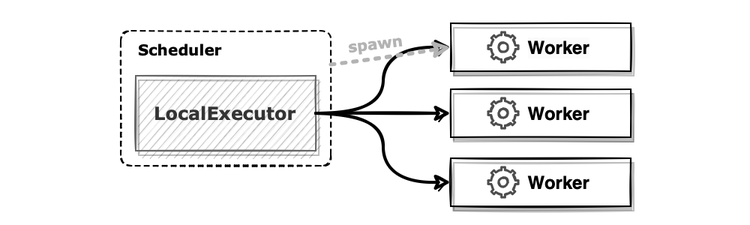
This is img/posts/airflow-archi-local-executor.png from miintto/miintto.github.io, a draw.io export, as it was before one commit. Source tidied: cells renumbered, new cells last; positions are measured from the earlier drawing's top-left corner, leaving out a move shared by most shapes.
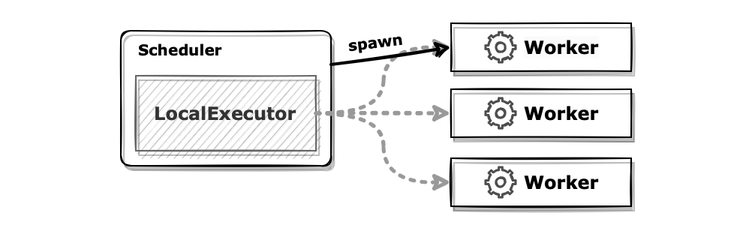
After the commit.

Commit message:
feat: Airflow 스케줄러 설명 추가

Diff of the diagram source:
```diff
@@ -5,44 +5,44 @@
     <mxCell id="2" style="rounded=0;whiteSpace=wrap;html=1;sketch=0;fontFamily=Verdana;fontSize=12;strokeColor=none;" parent="1" vertex="1">
       <mxGeometry width="500" height="150" as="geometry" />
     </mxCell>
-    <mxCell id="3" value="Scheduler" style="rounded=1;whiteSpace=wrap;html=1;shadow=0;sketch=1;jiggle=0.5;curveFitting=0.5;strokeColor=default;fontFamily=Verdana;fontSize=10;fontColor=default;fillColor=default;fontStyle=1;dashed=1;verticalAlign=top;align=left;spacingLeft=10;arcSize=8;" parent="1" vertex="1">
+    <mxCell id="3" value="Scheduler" style="rounded=1;whiteSpace=wrap;html=1;shadow=1;sketch=1;jiggle=0.5;curveFitting=0.5;strokeColor=default;fontFamily=Verdana;fontSize=10;fontColor=default;fillColor=default;fontStyle=1;verticalAlign=top;align=left;spacingLeft=10;arcSize=8;" parent="1" vertex="1">
       <mxGeometry x="80" y="20" width="140" height="90" as="geometry" />
     </mxCell>
-    <mxCell id="4" value="LocalExecutor" style="rounded=0;whiteSpace=wrap;html=1;shadow=1;sketch=1;jiggle=0.5;curveFitting=0.5;strokeColor=#666666;fontFamily=Verdana;fontSize=12;fontColor=#333333;fillColor=#f5f5f5;fontStyle=1;" parent="1" vertex="1">
+    <mxCell id="4" value="LocalExecutor" style="rounded=0;whiteSpace=wrap;html=1;shadow=1;sketch=1;jiggle=0.5;curveFitting=0.5;strokeColor=#666666;fontFamily=Verdana;fontSize=12;fillColor=#f5f5f5;fontStyle=1;fontColor=#333333;" parent="1" vertex="1">
       <mxGeometry x="90" y="50" width="120" height="50" as="geometry" />
     </mxCell>
-    <mxCell id="5" value="&lt;span style=&quot;caret-color: rgb(0, 0, 0); color: rgb(0, 0, 0); font-family: Helvetica; font-size: 12px; font-style: normal; font-variant-caps: normal; font-weight: 700; letter-spacing: normal; text-align: center; text-indent: 0px; text-transform: none; word-spacing: 0px; -webkit-text-stroke-width: 0px; background-color: rgb(251, 251, 251); text-decoration: none; float: none; display: inline !important;&quot;&gt;Worker&lt;/span&gt;" style="rounded=0;whiteSpace=wrap;html=1;shadow=1;sketch=1;jiggle=0.5;curveFitting=0.5;strokeColor=default;fontFamily=Helvetica;fontSize=12;fontColor=default;fillColor=default;fontStyle=1;spacingLeft=25;" parent="1" vertex="1">
+    <mxCell id="5" value="&lt;span style=&quot;caret-color: rgb(0, 0, 0); color: rgb(0, 0, 0); font-size: 12px; font-style: normal; font-variant-caps: normal; font-weight: 700; letter-spacing: normal; text-align: center; text-indent: 0px; text-transform: none; word-spacing: 0px; -webkit-text-stroke-width: 0px; background-color: rgb(251, 251, 251); text-decoration: none; float: none; display: inline !important;&quot;&gt;Worker&lt;/span&gt;" style="rounded=0;whiteSpace=wrap;html=1;shadow=1;sketch=1;jiggle=0.5;curveFitting=0.5;strokeColor=default;fontFamily=Verdana;fontSize=12;fontColor=default;fillColor=default;fontStyle=1;spacingLeft=28;" parent="1" vertex="1">
       <mxGeometry x="300" y="15" width="120" height="32" as="geometry" />
     </mxCell>
-    <mxCell id="6" value="Worker" style="rounded=0;whiteSpace=wrap;html=1;shadow=1;sketch=1;jiggle=0.5;curveFitting=0.5;strokeColor=default;fontFamily=Helvetica;fontSize=12;fontColor=default;fillColor=default;fontStyle=1;spacingLeft=25;" parent="1" vertex="1">
+    <mxCell id="6" value="Worker" style="rounded=0;whiteSpace=wrap;html=1;shadow=1;sketch=1;jiggle=0.5;curveFitting=0.5;strokeColor=default;fontFamily=Verdana;fontSize=12;fontColor=default;fillColor=default;fontStyle=1;spacingLeft=28;" parent="1" vertex="1">
       <mxGeometry x="300" y="59" width="120" height="32" as="geometry" />
     </mxCell>
-    <mxCell id="7" value="Worker" style="rounded=0;whiteSpace=wrap;html=1;shadow=1;sketch=1;jiggle=0.5;curveFitting=0.5;strokeColor=default;fontFamily=Helvetica;fontSize=12;fontColor=default;fillColor=default;fontStyle=1;spacingLeft=25;" parent="1" vertex="1">
+    <mxCell id="7" value="Worker" style="rounded=0;whiteSpace=wrap;html=1;shadow=1;sketch=1;jiggle=0.5;curveFitting=0.5;strokeColor=default;fontFamily=Verdana;fontSize=12;fontColor=default;fillColor=default;fontStyle=1;spacingLeft=28;" parent="1" vertex="1">
       <mxGeometry x="300" y="105" width="120" height="32" as="geometry" />
     </mxCell>
-    <mxCell id="8" style="edgeStyle=orthogonalEdgeStyle;shape=connector;rounded=0;sketch=1;jiggle=0.5;curveFitting=1;jettySize=auto;html=1;exitX=1;exitY=0.5;exitDx=0;exitDy=0;labelBackgroundColor=default;strokeColor=default;strokeWidth=2;fontFamily=Helvetica;fontSize=12;fontColor=default;endArrow=classic;entryX=0;entryY=0.5;entryDx=0;entryDy=0;curved=1;" parent="1" edge="1" source="4" target="7">
+    <mxCell id="8" style="edgeStyle=orthogonalEdgeStyle;shape=connector;rounded=0;sketch=1;jiggle=0.5;curveFitting=1;jettySize=auto;html=1;exitX=1;exitY=0.5;exitDx=0;exitDy=0;labelBackgroundColor=default;strokeColor=#999999;strokeWidth=2.5;fontFamily=Helvetica;fontSize=12;fontColor=default;endArrow=classic;entryX=0;entryY=0.5;entryDx=0;entryDy=0;curved=1;dashed=1;dashPattern=1 2;" parent="1" edge="1" source="4" target="7">
       <mxGeometry relative="1" as="geometry" />
     </mxCell>
-    <mxCell id="9" style="edgeStyle=orthogonalEdgeStyle;shape=connector;rounded=0;sketch=1;jiggle=0.5;curveFitting=1;jettySize=auto;html=1;exitX=1;exitY=0.5;exitDx=0;exitDy=0;labelBackgroundColor=default;strokeColor=default;strokeWidth=2;fontFamily=Helvetica;fontSize=12;fontColor=default;endArrow=classic;entryX=0;entryY=0.5;entryDx=0;entryDy=0;" parent="1" edge="1" source="4" target="6">
+    <mxCell id="9" style="edgeStyle=orthogonalEdgeStyle;shape=connector;rounded=0;sketch=1;jiggle=0.5;curveFitting=1;jettySize=auto;html=1;exitX=1;exitY=0.5;exitDx=0;exitDy=0;labelBackgroundColor=default;strokeColor=#999999;strokeWidth=2.5;fontFamily=Helvetica;fontSize=12;fontColor=default;endArrow=classic;entryX=0;entryY=0.5;entryDx=0;entryDy=0;dashed=1;dashPattern=1 2;" parent="1" edge="1" source="4" target="6">
       <mxGeometry relative="1" as="geometry" />
     </mxCell>
-    <mxCell id="10" style="edgeStyle=orthogonalEdgeStyle;shape=connector;rounded=0;sketch=1;jiggle=0.5;curveFitting=1;jettySize=auto;html=1;labelBackgroundColor=default;strokeColor=default;strokeWidth=2;fontFamily=Helvetica;fontSize=12;fontColor=default;endArrow=classic;entryX=0;entryY=0.5;entryDx=0;entryDy=0;curved=1;exitX=1;exitY=0.5;exitDx=0;exitDy=0;" parent="1" edge="1" source="4" target="5">
+    <mxCell id="10" style="edgeStyle=orthogonalEdgeStyle;shape=connector;rounded=0;sketch=1;jiggle=0.5;curveFitting=1;jettySize=auto;html=1;labelBackgroundColor=default;strokeColor=#999999;strokeWidth=2.5;fontFamily=Helvetica;fontSize=12;fontColor=default;endArrow=classic;entryX=0;entryY=0.5;entryDx=0;entryDy=0;curved=1;exitX=1;exitY=0.5;exitDx=0;exitDy=0;dashed=1;dashPattern=1 2;" parent="1" edge="1" source="4" target="5">
       <mxGeometry relative="1" as="geometry" />
     </mxCell>
-    <mxCell id="11" style="shape=connector;rounded=0;sketch=1;jiggle=0.5;curveFitting=1;jettySize=auto;html=1;exitX=1;exitY=0.25;exitDx=0;exitDy=0;entryX=0;entryY=0.5;entryDx=0;entryDy=0;labelBackgroundColor=default;strokeColor=#B3B3B3;strokeWidth=2.5;fontFamily=Helvetica;fontSize=12;fontColor=default;endArrow=classic;endFill=1;dashed=1;dashPattern=1 2;" parent="1" edge="1" source="3" target="5">
+    <mxCell id="11" style="shape=connector;rounded=0;sketch=1;jiggle=0.5;curveFitting=1;jettySize=auto;html=1;exitX=1;exitY=0.25;exitDx=0;exitDy=0;entryX=0;entryY=0.5;entryDx=0;entryDy=0;labelBackgroundColor=default;strokeColor=#000000;strokeWidth=2;fontFamily=Helvetica;fontSize=12;fontColor=default;endArrow=classic;endFill=1;" parent="1" edge="1" source="3" target="5">
       <mxGeometry relative="1" as="geometry" />
     </mxCell>
-    <mxCell id="12" value="spawn" style="text;html=1;strokeColor=none;fillColor=none;align=center;verticalAlign=middle;whiteSpace=wrap;rounded=0;fontSize=10;fontFamily=Verdana;fontColor=#B3B3B3;fontStyle=1;rotation=353;" parent="1" vertex="1">
+    <mxCell id="12" value="spawn" style="text;html=1;strokeColor=none;fillColor=none;align=center;verticalAlign=middle;whiteSpace=wrap;rounded=0;fontSize=10;fontFamily=Verdana;fontColor=#000000;fontStyle=1;rotation=353;" parent="1" vertex="1">
       <mxGeometry x="230" y="20" width="40" height="15" as="geometry" />
     </mxCell>
     <mxCell id="13" style="html=1;verticalLabelPosition=bottom;align=center;labelBackgroundColor=#ffffff;verticalAlign=top;strokeWidth=1.5;strokeColor=#4D4D4D;shadow=0;dashed=0;shape=mxgraph.ios7.icons.settings;rounded=0;sketch=1;jiggle=0.3;curveFitting=0.5;fontFamily=Helvetica;fontSize=12;fontColor=#999999;fillColor=default;" parent="1" vertex="1">
-      <mxGeometry x="325" y="21" width="20" height="20" as="geometry" />
+      <mxGeometry x="323" y="21" width="20" height="20" as="geometry" />
     </mxCell>
     <mxCell id="14" style="html=1;verticalLabelPosition=bottom;align=center;labelBackgroundColor=#ffffff;verticalAlign=top;strokeWidth=1.5;strokeColor=#4D4D4D;shadow=0;dashed=0;shape=mxgraph.ios7.icons.settings;rounded=0;sketch=1;jiggle=0.3;curveFitting=0.5;fontFamily=Helvetica;fontSize=12;fontColor=#999999;fillColor=default;" parent="1" vertex="1">
-      <mxGeometry x="325" y="65" width="20" height="20" as="geometry" />
+      <mxGeometry x="323" y="65" width="20" height="20" as="geometry" />
     </mxCell>
     <mxCell id="15" style="html=1;verticalLabelPosition=bottom;align=center;labelBackgroundColor=#ffffff;verticalAlign=top;strokeWidth=1.5;strokeColor=#4D4D4D;shadow=0;dashed=0;shape=mxgraph.ios7.icons.settings;rounded=0;sketch=1;jiggle=0.3;curveFitting=0.5;fontFamily=Helvetica;fontSize=12;fontColor=#999999;fillColor=default;" parent="1" vertex="1">
-      <mxGeometry x="325" y="111" width="20" height="20" as="geometry" />
+      <mxGeometry x="323" y="111" width="20" height="20" as="geometry" />
     </mxCell>
   </root>
 </mxGraphModel>
```
